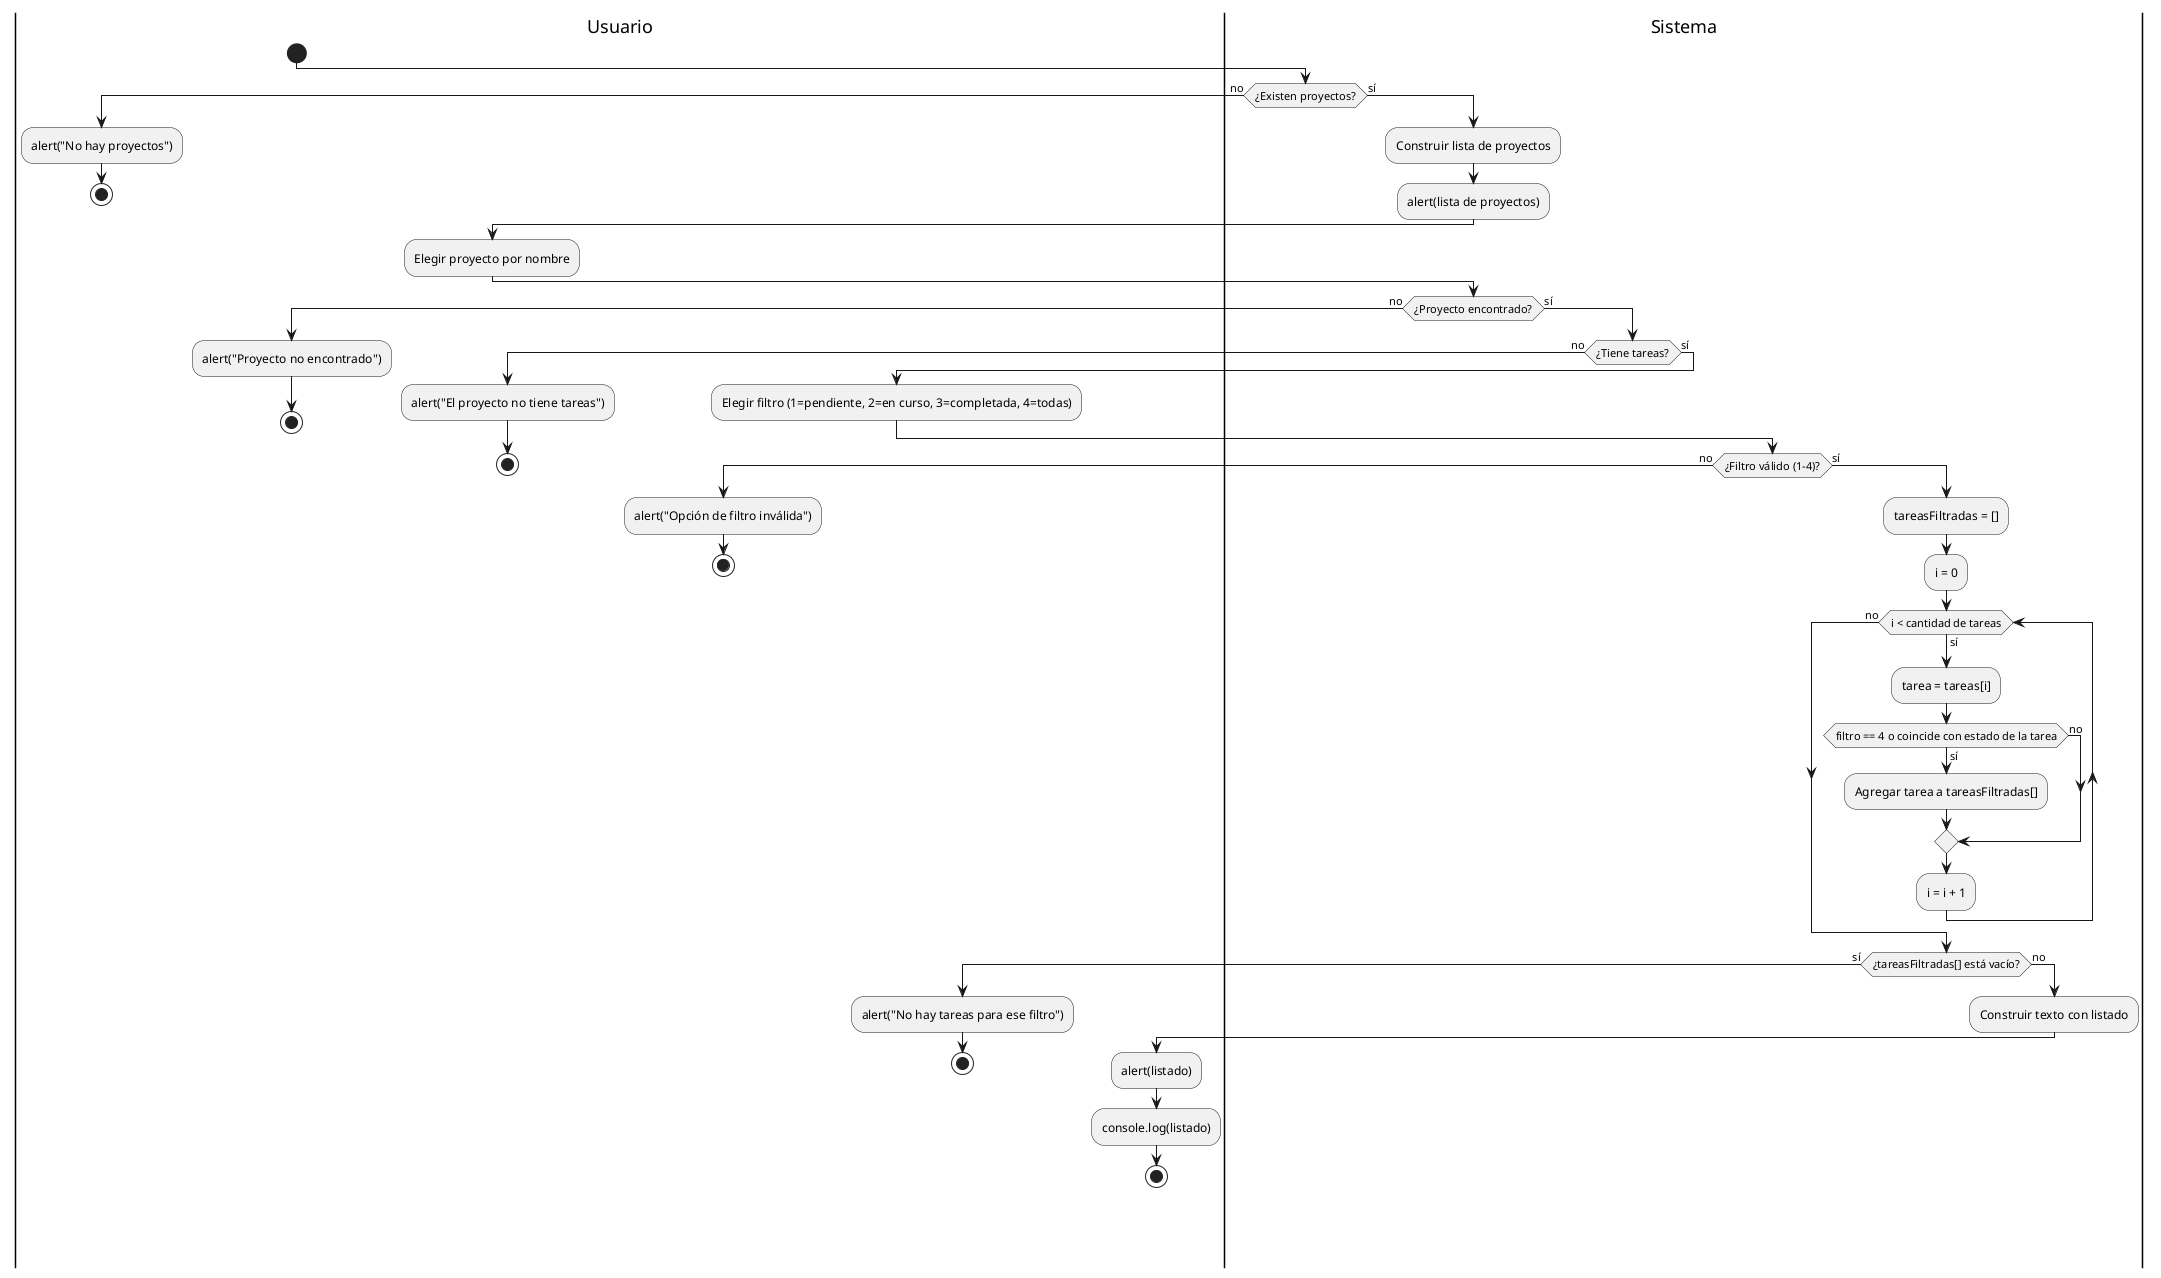
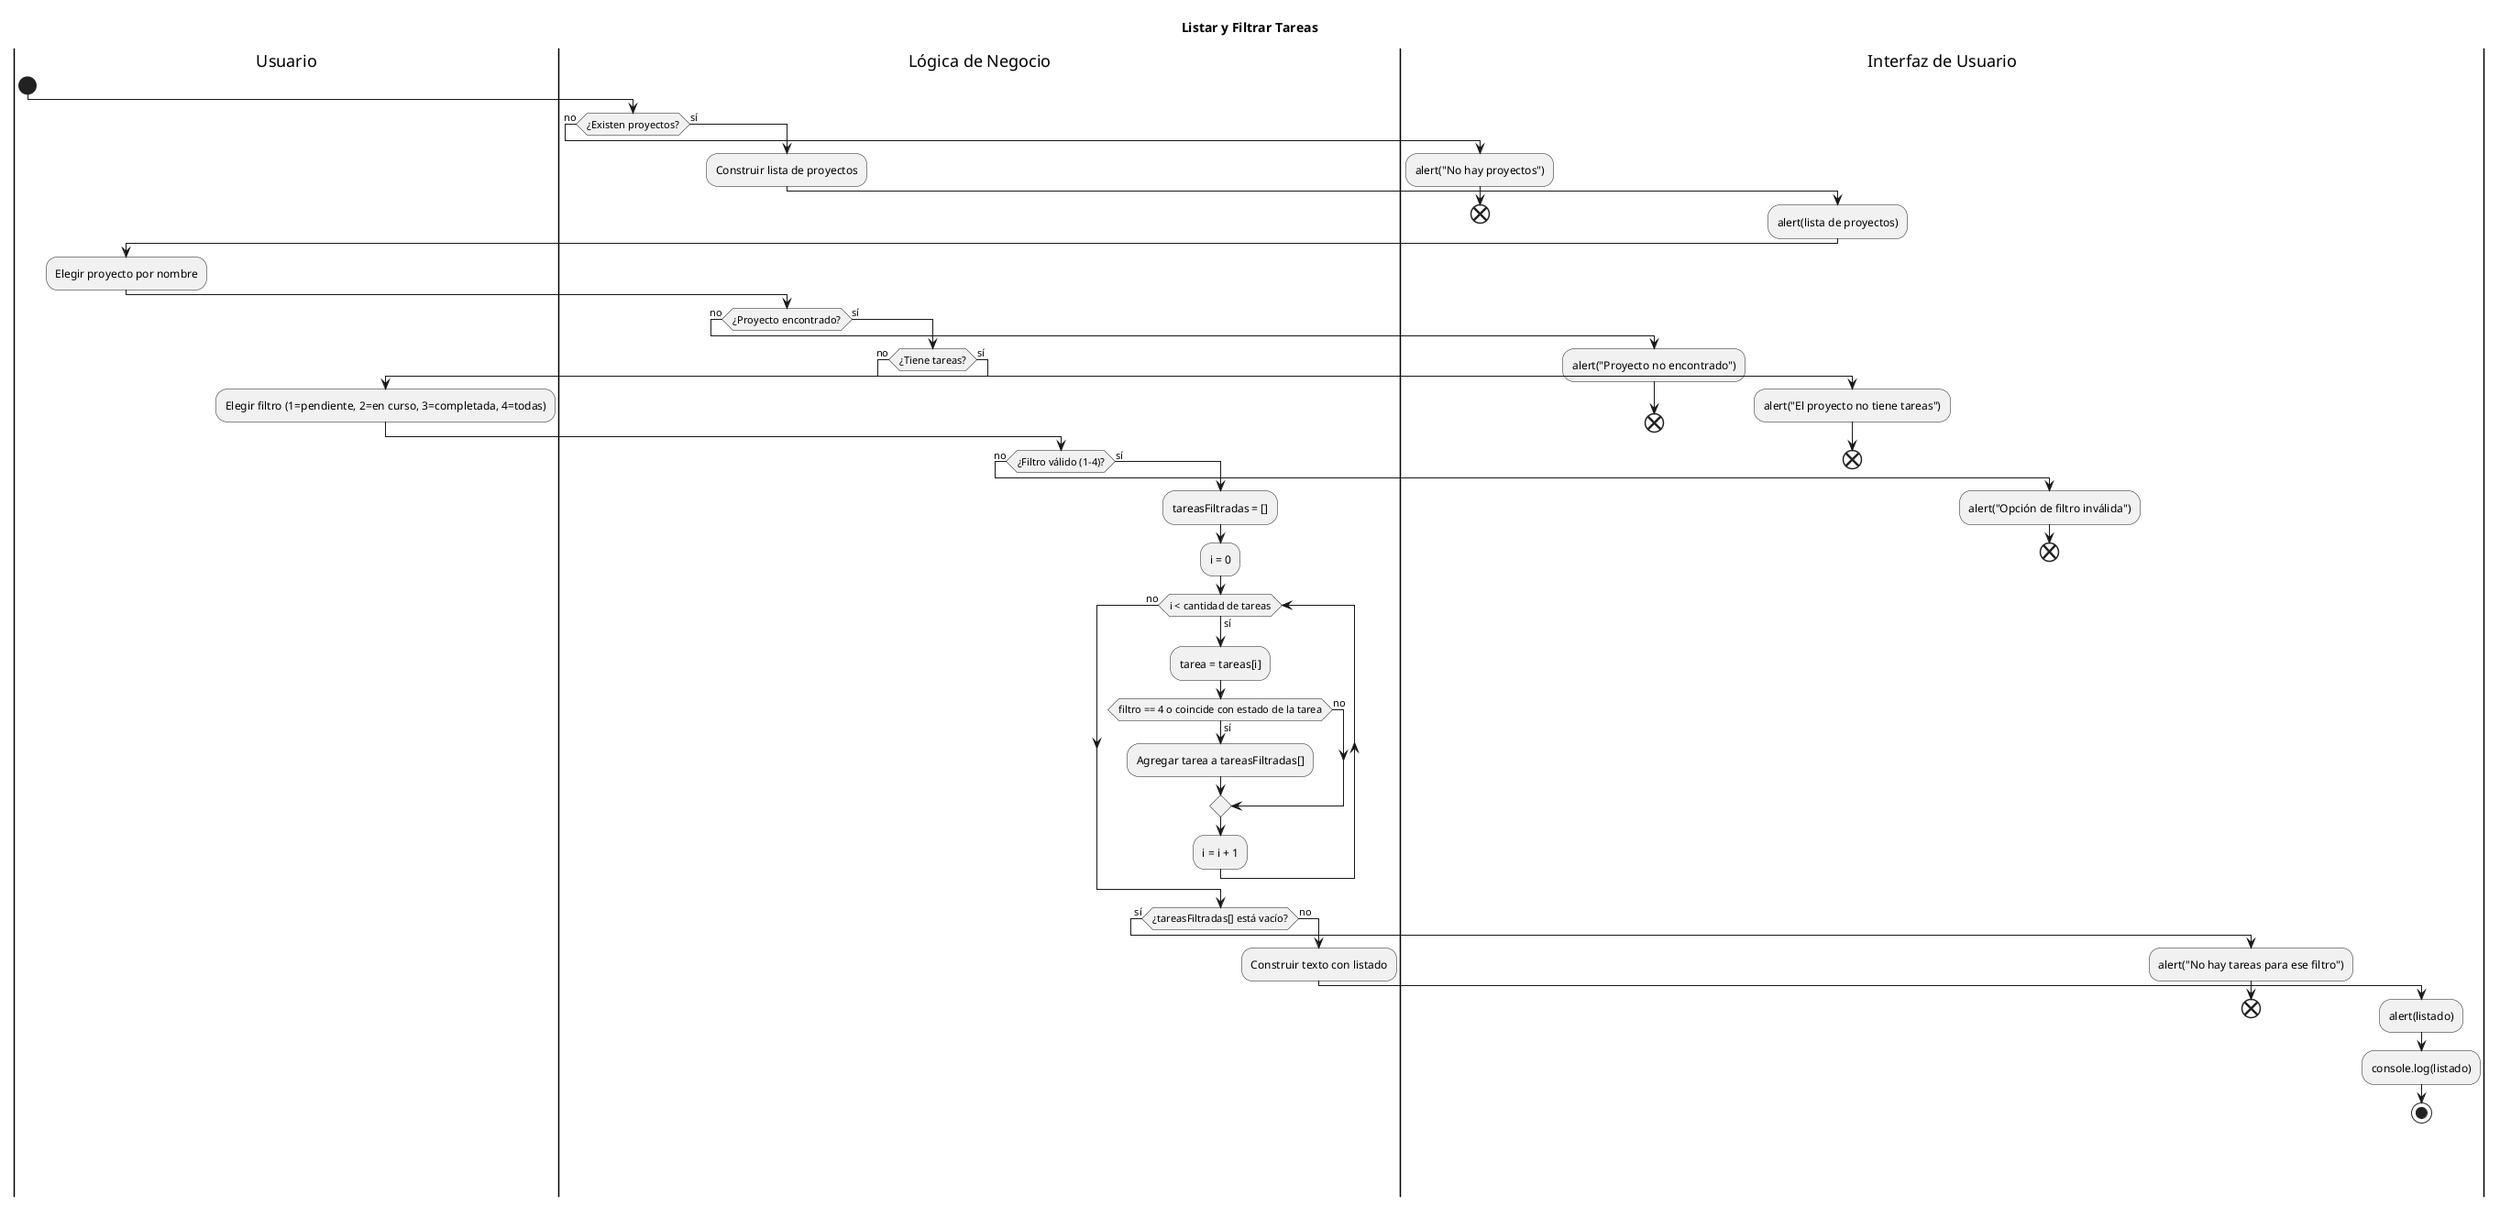
@startuml actividad-flujo-4-filtrar-tareas
+ title Listar y Filtrar Tareas
|Usuario|
start
- |Sistema|
+ |Lógica de Negocio|
if (¿Existen proyectos?) then (no)
-   |Usuario|
+   |Interfaz de Usuario|
  :alert("No hay proyectos");
-   stop
+   end
else (sí)
-   |Sistema|
+   |Lógica de Negocio|
  :Construir lista de proyectos;
+   |Interfaz de Usuario|
  :alert(lista de proyectos);
  |Usuario|
  :Elegir proyecto por nombre;
-   |Sistema|
+   |Lógica de Negocio|
  if (¿Proyecto encontrado?) then (no)
-     |Usuario|
+     |Interfaz de Usuario|
    :alert("Proyecto no encontrado");
-     stop
+     end
  else (sí)
-     |Sistema|
+     |Lógica de Negocio|
    if (¿Tiene tareas?) then (no)
-       |Usuario|
+       |Interfaz de Usuario|
      :alert("El proyecto no tiene tareas");
-       stop
+       end
    else (sí)
      |Usuario|
      :Elegir filtro (1=pendiente, 2=en curso, 3=completada, 4=todas);
-       |Sistema|
+       |Lógica de Negocio|
      if (¿Filtro válido (1-4)?) then (no)
-         |Usuario|
+         |Interfaz de Usuario|
        :alert("Opción de filtro inválida");
-         stop
+         end
      else (sí)
-         |Sistema|
+         |Lógica de Negocio|
        :tareasFiltradas = [];
        :i = 0;
        while (i < cantidad de tareas) is (sí)
-           :tarea = tareas[i];
-           if (filtro == 4 o coincide con estado de la tarea) then (sí)
-             :Agregar tarea a tareasFiltradas[];
+             :tarea = tareas[i];
+             if (filtro == 4 o coincide con estado de la tarea) then (sí)
+               :Agregar tarea a tareasFiltradas[];
+             else (no)
+             endif
+             :i = i + 1;
+           endwhile (no)
+           if (¿tareasFiltradas[] está vacío?) then (sí)
+             |Interfaz de Usuario|
+             :alert("No hay tareas para ese filtro");
+             end
          else (no)
+             |Lógica de Negocio|
+             :Construir texto con listado;
+             |Interfaz de Usuario|
+             :alert(listado);
+             :console.log(listado);
+             stop
          endif
-           :i = i + 1;
-         endwhile (no)
-         if (¿tareasFiltradas[] está vacío?) then (sí)
-           |Usuario|
-           :alert("No hay tareas para ese filtro");
-           stop
-         else (no)
-           |Sistema|
-           :Construir texto con listado;
-           |Usuario|
-           :alert(listado);
-           :console.log(listado);
-           stop
        endif
      endif
    endif
  endif
- endif
- @enduml
+   @enduml
